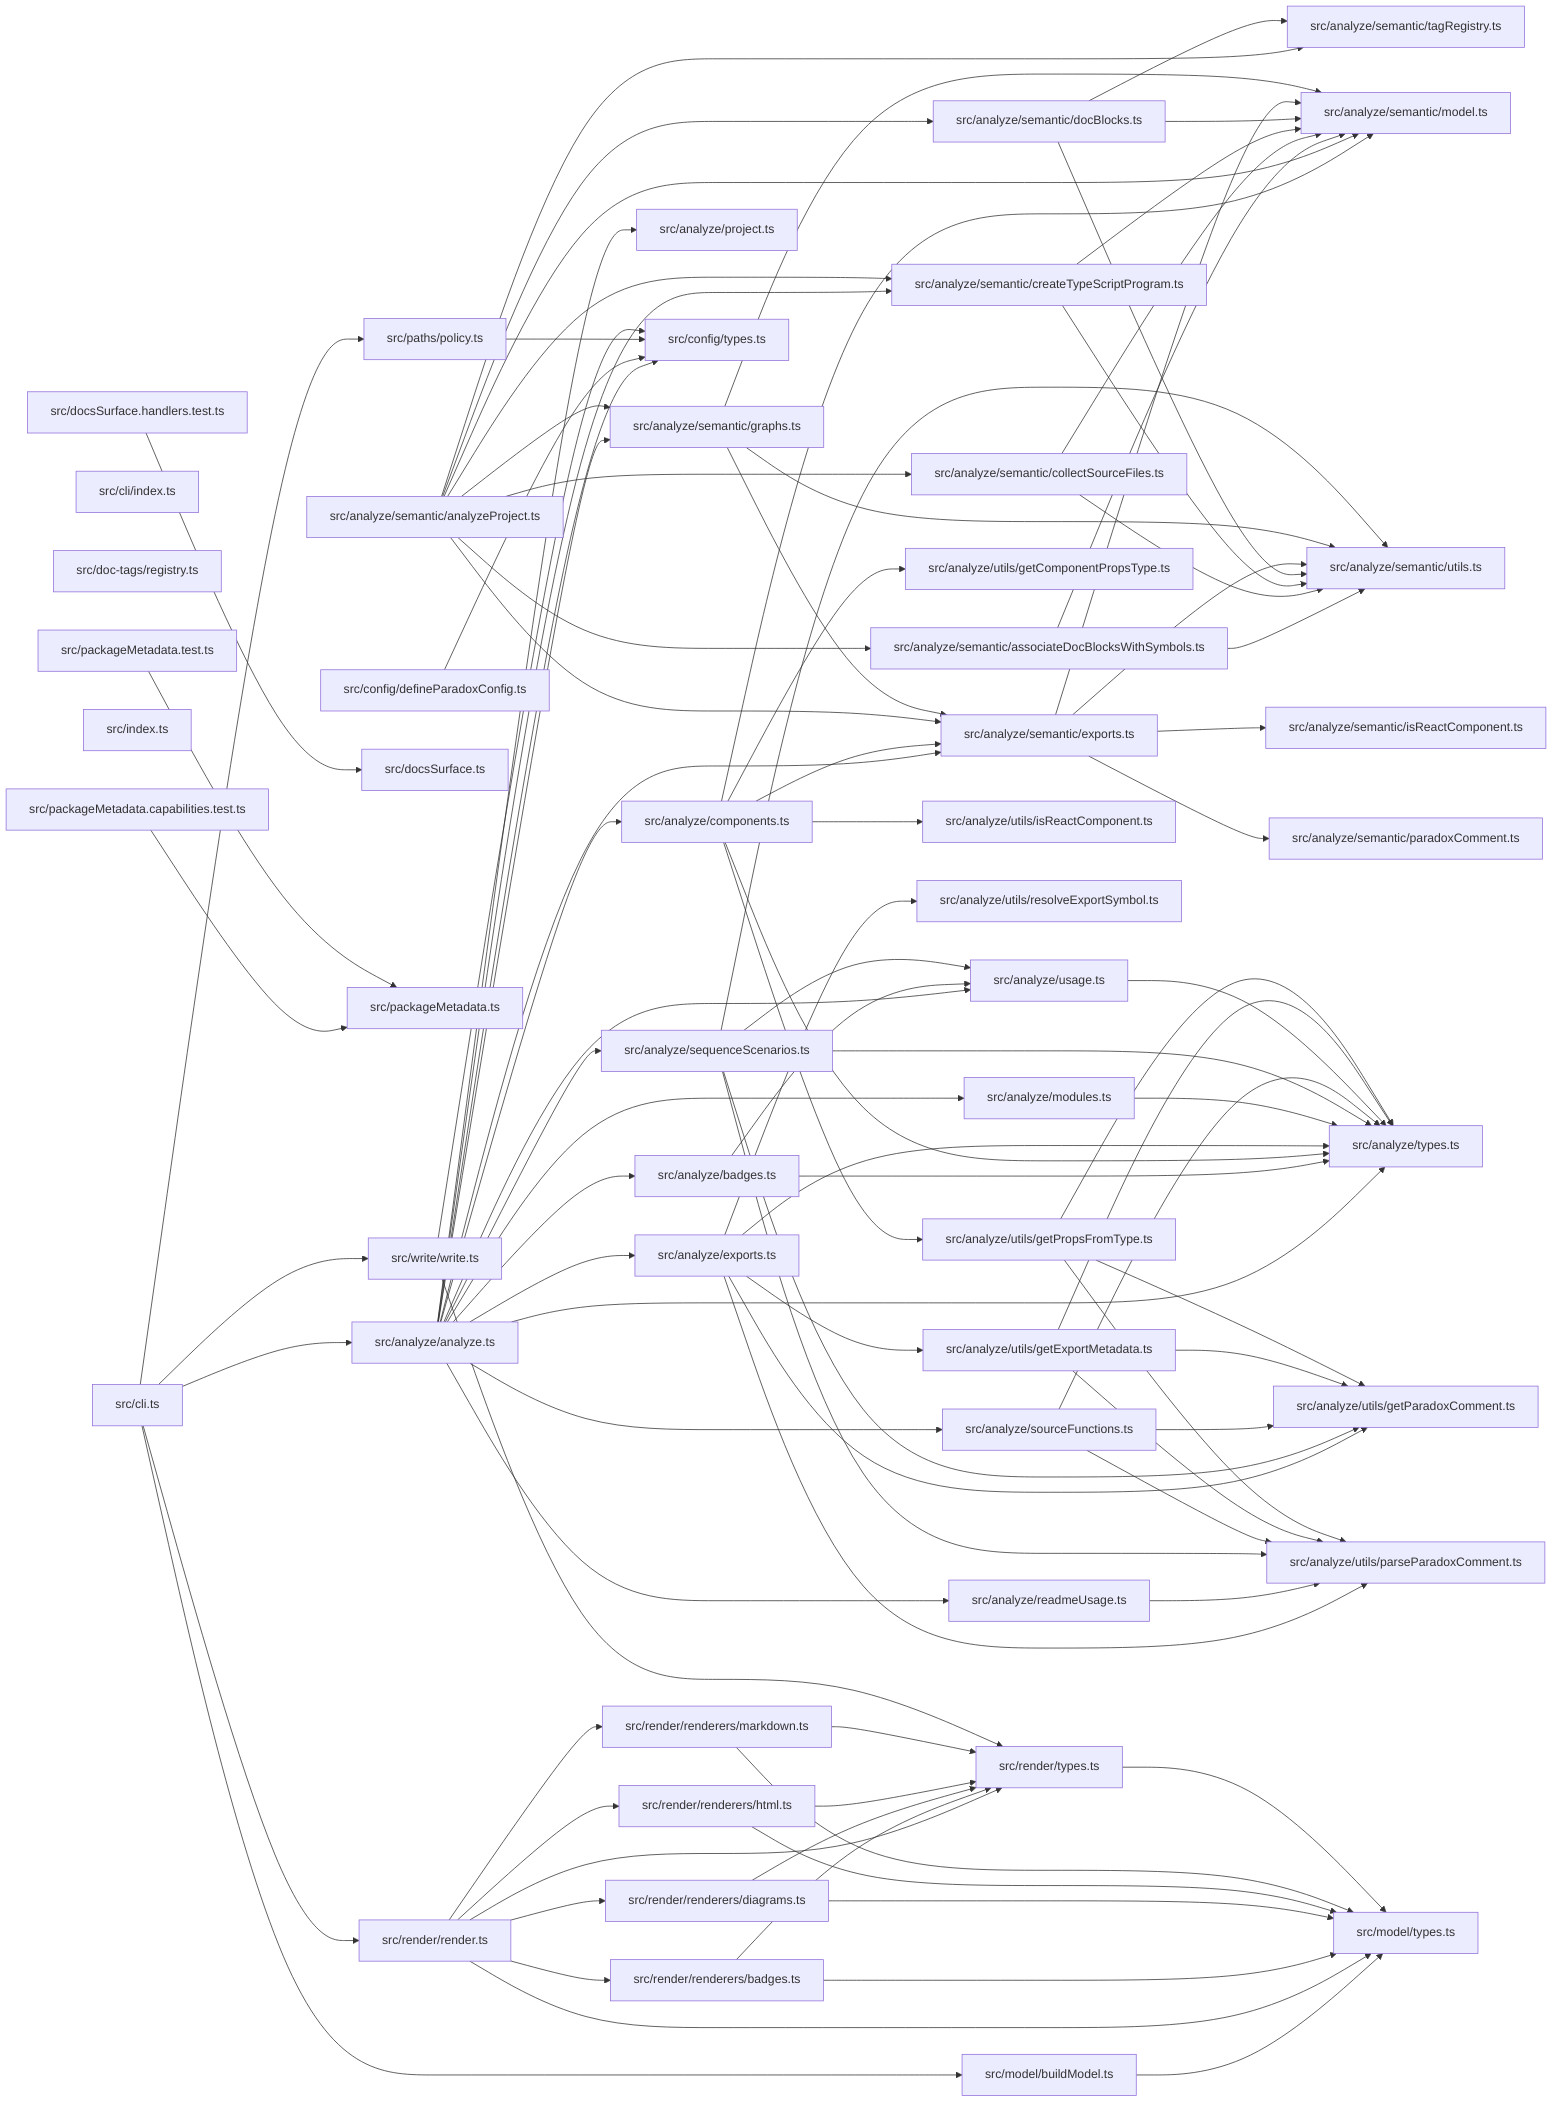
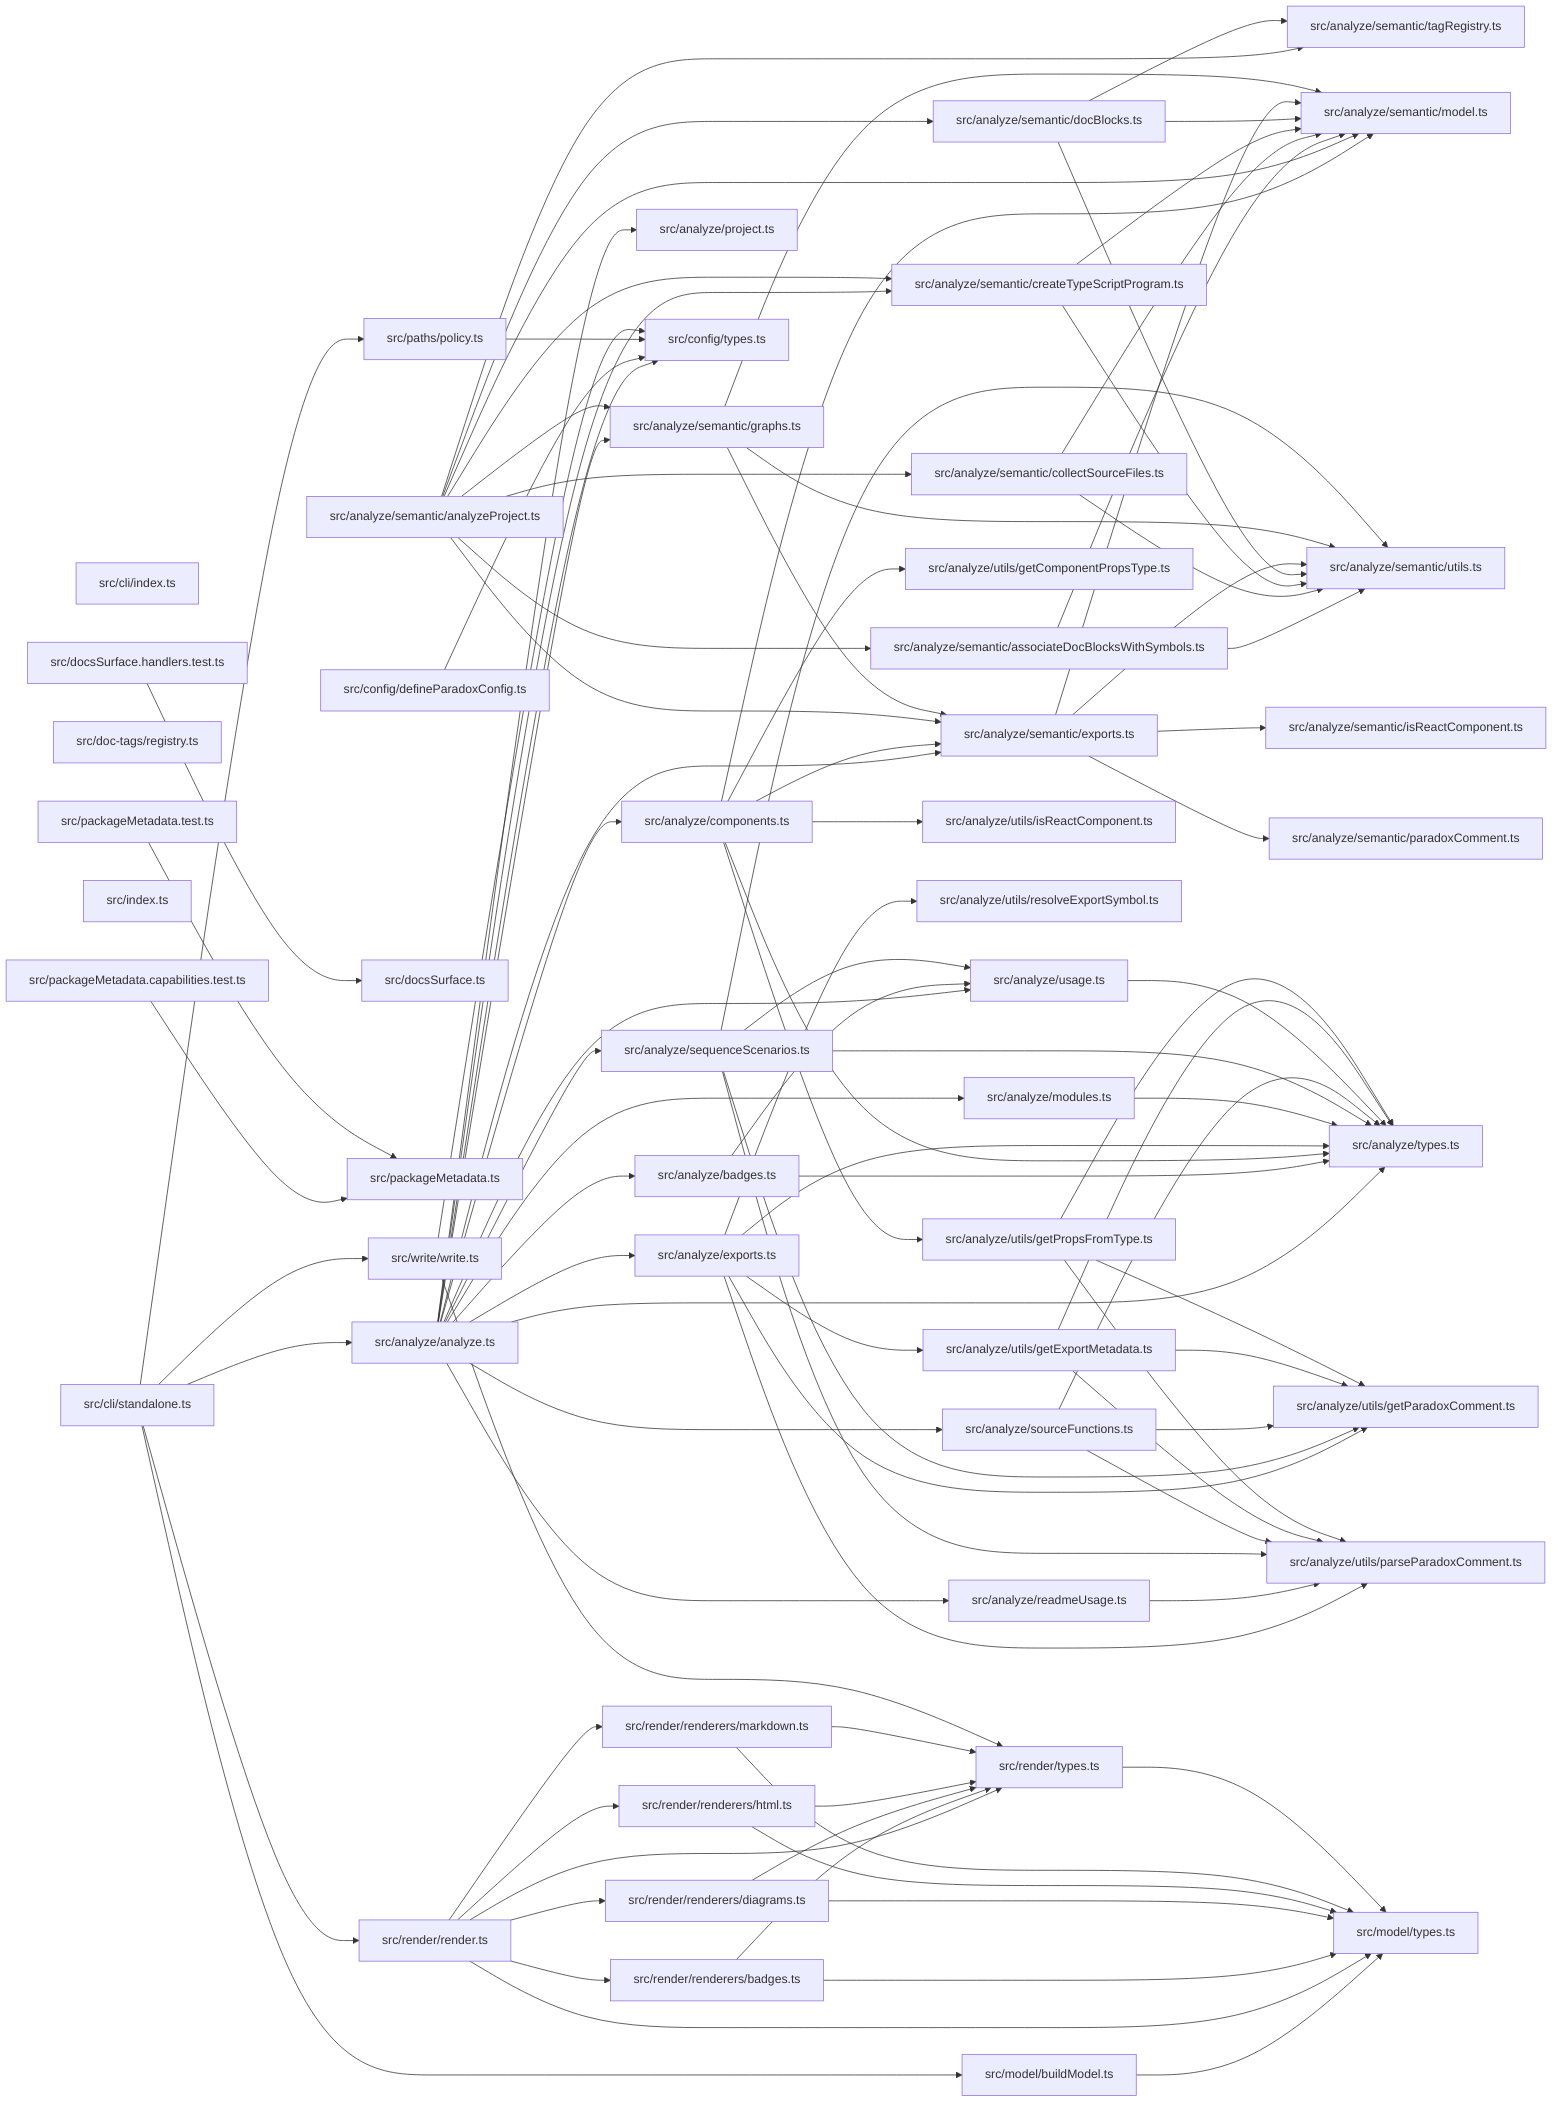
graph LR
  module_src_analyze_analyze_ts["src/analyze/analyze.ts"]
  module_src_analyze_badges_ts["src/analyze/badges.ts"]
  module_src_analyze_components_ts["src/analyze/components.ts"]
  module_src_analyze_exports_ts["src/analyze/exports.ts"]
  module_src_analyze_modules_ts["src/analyze/modules.ts"]
  module_src_analyze_project_ts["src/analyze/project.ts"]
  module_src_analyze_readmeUsage_ts["src/analyze/readmeUsage.ts"]
  module_src_analyze_semantic_analyzeProject_ts["src/analyze/semantic/analyzeProject.ts"]
  module_src_analyze_semantic_associateDocBlocksWithSymbols_ts["src/analyze/semantic/associateDocBlocksWithSymbols.ts"]
  module_src_analyze_semantic_collectSourceFiles_ts["src/analyze/semantic/collectSourceFiles.ts"]
  module_src_analyze_semantic_createTypeScriptProgram_ts["src/analyze/semantic/createTypeScriptProgram.ts"]
  module_src_analyze_semantic_docBlocks_ts["src/analyze/semantic/docBlocks.ts"]
  module_src_analyze_semantic_exports_ts["src/analyze/semantic/exports.ts"]
  module_src_analyze_semantic_graphs_ts["src/analyze/semantic/graphs.ts"]
  module_src_analyze_semantic_isReactComponent_ts["src/analyze/semantic/isReactComponent.ts"]
  module_src_analyze_semantic_model_ts["src/analyze/semantic/model.ts"]
  module_src_analyze_semantic_paradoxComment_ts["src/analyze/semantic/paradoxComment.ts"]
  module_src_analyze_semantic_tagRegistry_ts["src/analyze/semantic/tagRegistry.ts"]
  module_src_analyze_semantic_utils_ts["src/analyze/semantic/utils.ts"]
  module_src_analyze_sequenceScenarios_ts["src/analyze/sequenceScenarios.ts"]
  module_src_analyze_sourceFunctions_ts["src/analyze/sourceFunctions.ts"]
  module_src_analyze_types_ts["src/analyze/types.ts"]
  module_src_analyze_usage_ts["src/analyze/usage.ts"]
  module_src_analyze_utils_getComponentPropsType_ts["src/analyze/utils/getComponentPropsType.ts"]
  module_src_analyze_utils_getExportMetadata_ts["src/analyze/utils/getExportMetadata.ts"]
  module_src_analyze_utils_getParadoxComment_ts["src/analyze/utils/getParadoxComment.ts"]
  module_src_analyze_utils_getPropsFromType_ts["src/analyze/utils/getPropsFromType.ts"]
  module_src_analyze_utils_isReactComponent_ts["src/analyze/utils/isReactComponent.ts"]
  module_src_analyze_utils_parseParadoxComment_ts["src/analyze/utils/parseParadoxComment.ts"]
  module_src_analyze_utils_resolveExportSymbol_ts["src/analyze/utils/resolveExportSymbol.ts"]
-   module_src_cli_ts["src/cli.ts"]
  module_src_cli_index_ts["src/cli/index.ts"]
+   module_src_cli_standalone_ts["src/cli/standalone.ts"]
  module_src_config_defineParadoxConfig_ts["src/config/defineParadoxConfig.ts"]
  module_src_config_types_ts["src/config/types.ts"]
  module_src_doc_tags_registry_ts["src/doc-tags/registry.ts"]
  module_src_docsSurface_handlers_test_ts["src/docsSurface.handlers.test.ts"]
  module_src_docsSurface_ts["src/docsSurface.ts"]
  module_src_index_ts["src/index.ts"]
  module_src_model_buildModel_ts["src/model/buildModel.ts"]
  module_src_model_types_ts["src/model/types.ts"]
  module_src_packageMetadata_capabilities_test_ts["src/packageMetadata.capabilities.test.ts"]
  module_src_packageMetadata_test_ts["src/packageMetadata.test.ts"]
  module_src_packageMetadata_ts["src/packageMetadata.ts"]
  module_src_paths_policy_ts["src/paths/policy.ts"]
  module_src_render_render_ts["src/render/render.ts"]
  module_src_render_renderers_badges_ts["src/render/renderers/badges.ts"]
  module_src_render_renderers_diagrams_ts["src/render/renderers/diagrams.ts"]
  module_src_render_renderers_html_ts["src/render/renderers/html.ts"]
  module_src_render_renderers_markdown_ts["src/render/renderers/markdown.ts"]
  module_src_render_types_ts["src/render/types.ts"]
  module_src_write_write_ts["src/write/write.ts"]
  module_src_analyze_analyze_ts --> module_src_analyze_badges_ts
  module_src_analyze_analyze_ts --> module_src_analyze_components_ts
  module_src_analyze_analyze_ts --> module_src_analyze_exports_ts
  module_src_analyze_analyze_ts --> module_src_analyze_modules_ts
  module_src_analyze_analyze_ts --> module_src_analyze_project_ts
  module_src_analyze_analyze_ts --> module_src_analyze_readmeUsage_ts
  module_src_analyze_analyze_ts --> module_src_analyze_semantic_createTypeScriptProgram_ts
  module_src_analyze_analyze_ts --> module_src_analyze_semantic_exports_ts
  module_src_analyze_analyze_ts --> module_src_analyze_semantic_graphs_ts
  module_src_analyze_analyze_ts --> module_src_analyze_sequenceScenarios_ts
  module_src_analyze_analyze_ts --> module_src_analyze_sourceFunctions_ts
  module_src_analyze_analyze_ts --> module_src_analyze_types_ts
  module_src_analyze_analyze_ts --> module_src_analyze_usage_ts
  module_src_analyze_analyze_ts --> module_src_config_types_ts
  module_src_analyze_badges_ts --> module_src_analyze_types_ts
  module_src_analyze_badges_ts --> module_src_analyze_usage_ts
  module_src_analyze_components_ts --> module_src_analyze_semantic_exports_ts
  module_src_analyze_components_ts --> module_src_analyze_semantic_model_ts
  module_src_analyze_components_ts --> module_src_analyze_types_ts
  module_src_analyze_components_ts --> module_src_analyze_utils_getComponentPropsType_ts
  module_src_analyze_components_ts --> module_src_analyze_utils_getPropsFromType_ts
  module_src_analyze_components_ts --> module_src_analyze_utils_isReactComponent_ts
  module_src_analyze_exports_ts --> module_src_analyze_types_ts
  module_src_analyze_exports_ts --> module_src_analyze_utils_getExportMetadata_ts
  module_src_analyze_exports_ts --> module_src_analyze_utils_getParadoxComment_ts
  module_src_analyze_exports_ts --> module_src_analyze_utils_parseParadoxComment_ts
  module_src_analyze_exports_ts --> module_src_analyze_utils_resolveExportSymbol_ts
  module_src_analyze_modules_ts --> module_src_analyze_types_ts
  module_src_analyze_readmeUsage_ts --> module_src_analyze_utils_parseParadoxComment_ts
  module_src_analyze_semantic_analyzeProject_ts --> module_src_analyze_semantic_associateDocBlocksWithSymbols_ts
  module_src_analyze_semantic_analyzeProject_ts --> module_src_analyze_semantic_collectSourceFiles_ts
  module_src_analyze_semantic_analyzeProject_ts --> module_src_analyze_semantic_createTypeScriptProgram_ts
  module_src_analyze_semantic_analyzeProject_ts --> module_src_analyze_semantic_docBlocks_ts
  module_src_analyze_semantic_analyzeProject_ts --> module_src_analyze_semantic_exports_ts
  module_src_analyze_semantic_analyzeProject_ts --> module_src_analyze_semantic_graphs_ts
  module_src_analyze_semantic_analyzeProject_ts --> module_src_analyze_semantic_model_ts
  module_src_analyze_semantic_analyzeProject_ts --> module_src_analyze_semantic_tagRegistry_ts
  module_src_analyze_semantic_associateDocBlocksWithSymbols_ts --> module_src_analyze_semantic_model_ts
  module_src_analyze_semantic_associateDocBlocksWithSymbols_ts --> module_src_analyze_semantic_utils_ts
  module_src_analyze_semantic_collectSourceFiles_ts --> module_src_analyze_semantic_model_ts
  module_src_analyze_semantic_collectSourceFiles_ts --> module_src_analyze_semantic_utils_ts
  module_src_analyze_semantic_createTypeScriptProgram_ts --> module_src_analyze_semantic_model_ts
  module_src_analyze_semantic_createTypeScriptProgram_ts --> module_src_analyze_semantic_utils_ts
  module_src_analyze_semantic_docBlocks_ts --> module_src_analyze_semantic_model_ts
  module_src_analyze_semantic_docBlocks_ts --> module_src_analyze_semantic_tagRegistry_ts
  module_src_analyze_semantic_docBlocks_ts --> module_src_analyze_semantic_utils_ts
  module_src_analyze_semantic_exports_ts --> module_src_analyze_semantic_isReactComponent_ts
  module_src_analyze_semantic_exports_ts --> module_src_analyze_semantic_model_ts
  module_src_analyze_semantic_exports_ts --> module_src_analyze_semantic_paradoxComment_ts
  module_src_analyze_semantic_exports_ts --> module_src_analyze_semantic_utils_ts
  module_src_analyze_semantic_graphs_ts --> module_src_analyze_semantic_exports_ts
  module_src_analyze_semantic_graphs_ts --> module_src_analyze_semantic_model_ts
  module_src_analyze_semantic_graphs_ts --> module_src_analyze_semantic_utils_ts
  module_src_analyze_sequenceScenarios_ts --> module_src_analyze_semantic_utils_ts
  module_src_analyze_sequenceScenarios_ts --> module_src_analyze_types_ts
  module_src_analyze_sequenceScenarios_ts --> module_src_analyze_usage_ts
  module_src_analyze_sequenceScenarios_ts --> module_src_analyze_utils_getParadoxComment_ts
  module_src_analyze_sequenceScenarios_ts --> module_src_analyze_utils_parseParadoxComment_ts
  module_src_analyze_sourceFunctions_ts --> module_src_analyze_types_ts
  module_src_analyze_sourceFunctions_ts --> module_src_analyze_utils_getParadoxComment_ts
  module_src_analyze_sourceFunctions_ts --> module_src_analyze_utils_parseParadoxComment_ts
  module_src_analyze_usage_ts --> module_src_analyze_types_ts
  module_src_analyze_utils_getExportMetadata_ts --> module_src_analyze_types_ts
  module_src_analyze_utils_getExportMetadata_ts --> module_src_analyze_utils_getParadoxComment_ts
  module_src_analyze_utils_getExportMetadata_ts --> module_src_analyze_utils_parseParadoxComment_ts
  module_src_analyze_utils_getPropsFromType_ts --> module_src_analyze_types_ts
  module_src_analyze_utils_getPropsFromType_ts --> module_src_analyze_utils_getParadoxComment_ts
  module_src_analyze_utils_getPropsFromType_ts --> module_src_analyze_utils_parseParadoxComment_ts
-   module_src_cli_ts --> module_src_analyze_analyze_ts
-   module_src_cli_ts --> module_src_model_buildModel_ts
-   module_src_cli_ts --> module_src_paths_policy_ts
-   module_src_cli_ts --> module_src_render_render_ts
-   module_src_cli_ts --> module_src_write_write_ts
+   module_src_cli_standalone_ts --> module_src_analyze_analyze_ts
+   module_src_cli_standalone_ts --> module_src_model_buildModel_ts
+   module_src_cli_standalone_ts --> module_src_paths_policy_ts
+   module_src_cli_standalone_ts --> module_src_render_render_ts
+   module_src_cli_standalone_ts --> module_src_write_write_ts
  module_src_config_defineParadoxConfig_ts --> module_src_config_types_ts
  module_src_docsSurface_handlers_test_ts --> module_src_docsSurface_ts
  module_src_model_buildModel_ts --> module_src_model_types_ts
  module_src_packageMetadata_capabilities_test_ts --> module_src_packageMetadata_ts
  module_src_packageMetadata_test_ts --> module_src_packageMetadata_ts
  module_src_paths_policy_ts --> module_src_config_types_ts
  module_src_render_render_ts --> module_src_model_types_ts
  module_src_render_render_ts --> module_src_render_renderers_badges_ts
  module_src_render_render_ts --> module_src_render_renderers_diagrams_ts
  module_src_render_render_ts --> module_src_render_renderers_html_ts
  module_src_render_render_ts --> module_src_render_renderers_markdown_ts
  module_src_render_render_ts --> module_src_render_types_ts
  module_src_render_renderers_badges_ts --> module_src_model_types_ts
  module_src_render_renderers_badges_ts --> module_src_render_types_ts
  module_src_render_renderers_diagrams_ts --> module_src_model_types_ts
  module_src_render_renderers_diagrams_ts --> module_src_render_types_ts
  module_src_render_renderers_html_ts --> module_src_model_types_ts
  module_src_render_renderers_html_ts --> module_src_render_types_ts
  module_src_render_renderers_markdown_ts --> module_src_model_types_ts
  module_src_render_renderers_markdown_ts --> module_src_render_types_ts
  module_src_render_types_ts --> module_src_model_types_ts
  module_src_write_write_ts --> module_src_config_types_ts
  module_src_write_write_ts --> module_src_render_types_ts
